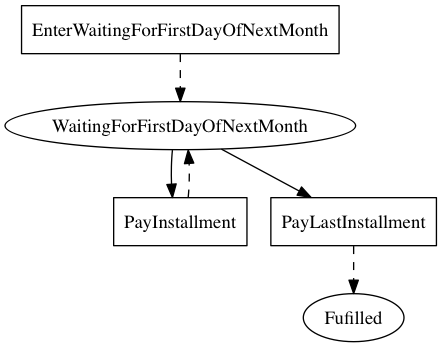
Earlier version of the Graphviz export linear_state_machine_language/pyL4/examples_graphviz_gen/from_academic_lit/hvitved_instalment_sale--simplified_time.png (Marcao02/complaw-deeptech). Its source is kept beside it as linear_state_machine_language/pyL4/examples_graphviz_gen/from_academic_lit/hvitved_instalment_sale--simplified_time.dot.
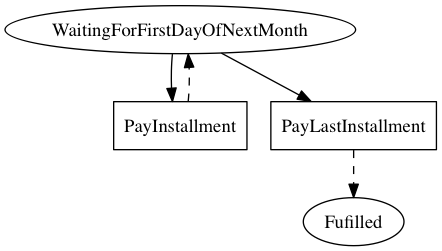
The same file after the commit.

Diff of the diagram source:
```diff
@@ -4,8 +4,7 @@
     WaitingForFirstDayOfNextMonth[label=WaitingForFirstDayOfNextMonth]
 
 
-    EnterWaitingForFirstDayOfNextMonth[label=EnterWaitingForFirstDayOfNextMonth,shape=box];
-	PayInstallment[label=PayInstallment,shape=box];
+    PayInstallment[label=PayInstallment,shape=box];
 	PayLastInstallment[label=PayLastInstallment,shape=box]
 
 
@@ -13,7 +12,6 @@
     WaitingForFirstDayOfNextMonth -> PayInstallment;
 	WaitingForFirstDayOfNextMonth -> PayLastInstallment
 
-    EnterWaitingForFirstDayOfNextMonth -> WaitingForFirstDayOfNextMonth [style=dashed];
-	PayInstallment -> WaitingForFirstDayOfNextMonth [style=dashed];
+    PayInstallment -> WaitingForFirstDayOfNextMonth [style=dashed];
 	PayLastInstallment -> Fulfilled [style=dashed]
 }
```
